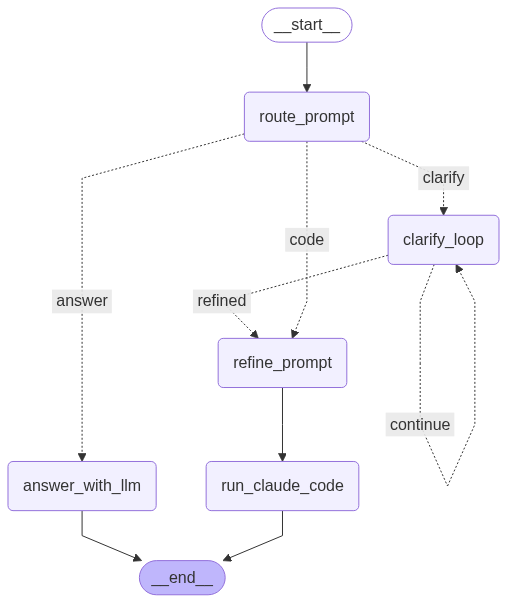
Above: langgraph_agent_diagram.png in hammadojh/studio-agents (Mermaid), before the change. Its source is kept beside it as langgraph_agent_diagram.mmd. Its diagram source:
```mermaid
---
config:
  flowchart:
    curve: linear
---
graph TD;
	__start__([<p>__start__</p>]):::first
	route_prompt(route_prompt)
	clarify_loop(clarify_loop)
	refine_prompt(refine_prompt)
	run_claude_code(run_claude_code)
	answer_with_llm(answer_with_llm)
	__end__([<p>__end__</p>]):::last
	__start__ --> route_prompt;
	clarify_loop -. &nbsp;refined&nbsp; .-> refine_prompt;
	refine_prompt --> run_claude_code;
	route_prompt -. &nbsp;answer&nbsp; .-> answer_with_llm;
	route_prompt -. &nbsp;clarify&nbsp; .-> clarify_loop;
	route_prompt -. &nbsp;code&nbsp; .-> refine_prompt;
	answer_with_llm --> __end__;
	run_claude_code --> __end__;
	clarify_loop -. &nbsp;continue&nbsp; .-> clarify_loop;
	classDef default fill:#f2f0ff,line-height:1.2
	classDef first fill-opacity:0
	classDef last fill:#bfb6fc
```
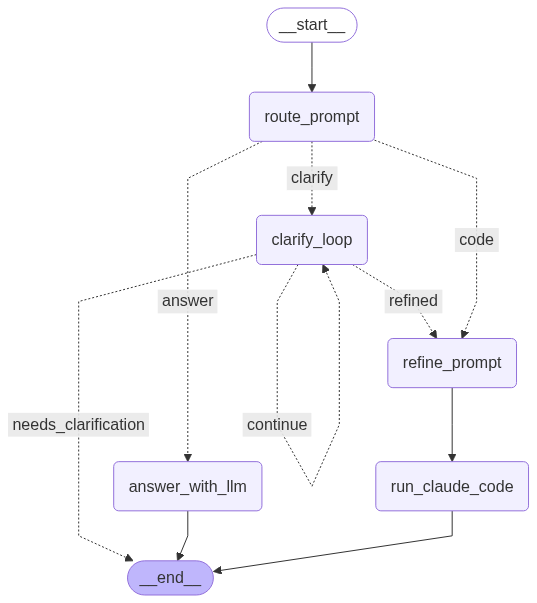
Above is the later version.

The edit, as a diff of the source:
```diff
@@ -12,6 +12,7 @@
 	answer_with_llm(answer_with_llm)
 	__end__([<p>__end__</p>]):::last
 	__start__ --> route_prompt;
+	clarify_loop -. &nbsp;needs_clarification&nbsp; .-> __end__;
 	clarify_loop -. &nbsp;refined&nbsp; .-> refine_prompt;
 	refine_prompt --> run_claude_code;
 	route_prompt -. &nbsp;answer&nbsp; .-> answer_with_llm;
```
